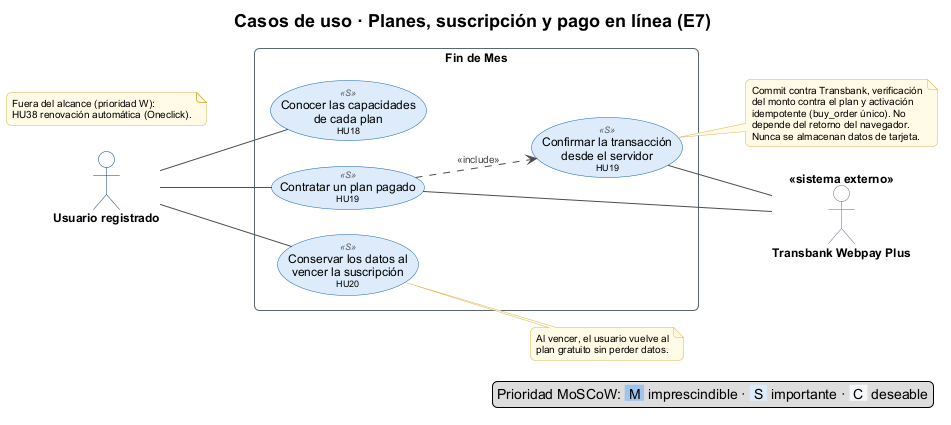
The PlantUML diagram docs/diagrams/use-cases/cu-4-planes-y-suscripcion.png in offlnr/findemes, before a commit. Its diagram source:
```plantuml
@startuml cu-4-planes-y-suscripcion
!include ../uml-style.iuml
title Casos de uso · Planes, suscripción y pago en línea (E7)
left to right direction

actor "Usuario registrado" as U
actor "Transbank Webpay Plus" <<sistema externo>> as TBK

rectangle "Fin de Mes" {
  usecase "Conocer las capacidades\nde cada plan\n<size:9>HU18</size>" as HU18 <<S>>
  usecase "Contratar un plan pagado\n<size:9>HU19</size>" as HU19 <<S>>
  usecase "Confirmar la transacción\ndesde el servidor\n<size:9>HU19</size>" as COMMIT <<S>>
  usecase "Conservar los datos al\nvencer la suscripción\n<size:9>HU20</size>" as HU20 <<S>>
}

U -- HU18
U -- HU19
U -- HU20

HU19 ..> COMMIT : <<include>>
HU19 -- TBK
COMMIT -- TBK

note right of COMMIT
  Commit contra Transbank, verificación
  del monto contra el plan y activación
  idempotente (buy_order único). No
  depende del retorno del navegador.
  Nunca se almacenan datos de tarjeta.
end note

note right of HU20
  Al vencer, el usuario vuelve al
  plan gratuito sin perder datos.
end note

note "Fuera del alcance (prioridad W):\nHU38 renovación automática (Oneclick)." as OUT

legend right
  Prioridad MoSCoW: <back:#9CC3EE> M </back> imprescindible · <back:#DCEBFA> S </back> importante · <back:#F4F6F8> C </back> deseable
end legend
@enduml
```
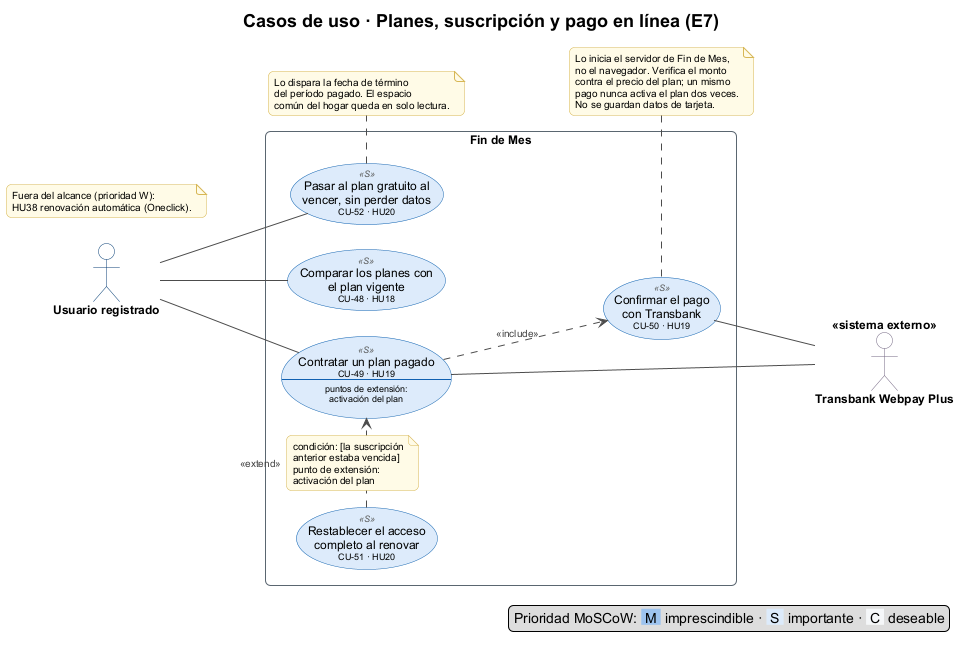
Later version of the same file.

Diff of the diagram source:
```diff
@@ -4,34 +4,49 @@
 left to right direction
 
 actor "Usuario registrado" as U
-actor "Transbank Webpay Plus" <<sistema externo>> as TBK
 
 rectangle "Fin de Mes" {
-  usecase "Conocer las capacidades\nde cada plan\n<size:9>HU18</size>" as HU18 <<S>>
-  usecase "Contratar un plan pagado\n<size:9>HU19</size>" as HU19 <<S>>
-  usecase "Confirmar la transacción\ndesde el servidor\n<size:9>HU19</size>" as COMMIT <<S>>
-  usecase "Conservar los datos al\nvencer la suscripción\n<size:9>HU20</size>" as HU20 <<S>>
+  usecase "Comparar los planes con\nel plan vigente\n<size:9>CU-48 · HU18</size>" as HU18 <<S>>
+  usecase HU19 <<S>> as "Contratar un plan pagado
+<size:9>CU-49 · HU19</size>
+--
+<size:9>puntos de extensión:</size>
+<size:9>activación del plan</size>"
+  usecase "Confirmar el pago\ncon Transbank\n<size:9>CU-50 · HU19</size>" as COMMIT <<S>>
+  usecase "Restablecer el acceso\ncompleto al renovar\n<size:9>CU-51 · HU20</size>" as RESTORE <<S>>
+  usecase "Pasar al plan gratuito al\nvencer, sin perder datos\n<size:9>CU-52 · HU20</size>" as HU20 <<S>>
 }
+
+actor "Transbank Webpay Plus" <<sistema externo>> as TBK
 
 U -- HU18
 U -- HU19
 U -- HU20
 
 HU19 ..> COMMIT : <<include>>
+RESTORE .[norank].> HU19 : <<extend>>
+note right on link
+  condición: [la suscripción
+  anterior estaba vencida]
+  punto de extensión:
+  activación del plan
+end note
+
 HU19 -- TBK
 COMMIT -- TBK
 
-note right of COMMIT
-  Commit contra Transbank, verificación
-  del monto contra el plan y activación
-  idempotente (buy_order único). No
-  depende del retorno del navegador.
-  Nunca se almacenan datos de tarjeta.
+note bottom of COMMIT
+  Lo inicia el servidor de Fin de Mes,
+  no el navegador. Verifica el monto
+  contra el precio del plan; un mismo
+  pago nunca activa el plan dos veces.
+  No se guardan datos de tarjeta.
 end note
 
-note right of HU20
-  Al vencer, el usuario vuelve al
-  plan gratuito sin perder datos.
+note bottom of HU20
+  Lo dispara la fecha de término
+  del período pagado. El espacio
+  común del hogar queda en solo lectura.
 end note
 
 note "Fuera del alcance (prioridad W):\nHU38 renovación automática (Oneclick)." as OUT
```
